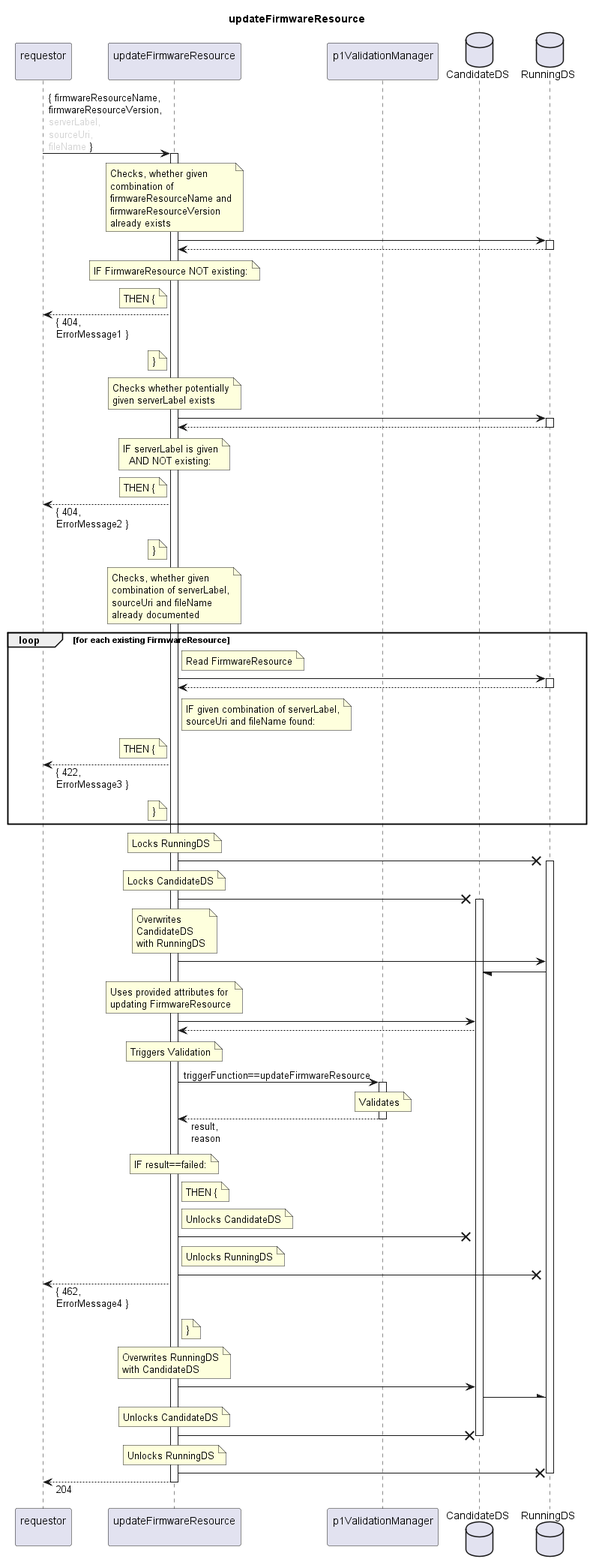
Earlier version of the PlantUML export spec/Services/updateFirmwareResource/1.0.0/updateFirmwareResource.png (openBackhaul/FirmWareManager).
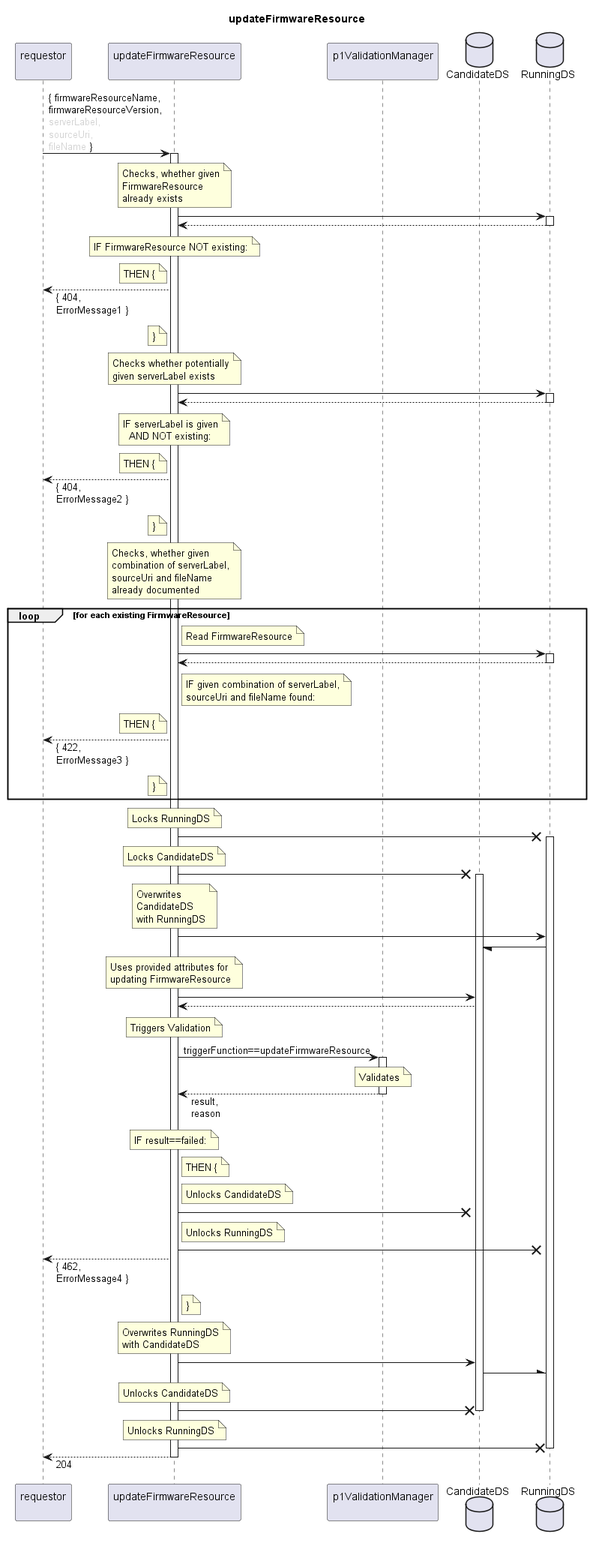
After the change.

The edit, as a diff of the source:
```diff
@@ -16,9 +16,7 @@
 
   note over indServ
     Checks, whether given
-    combination of
-    firmwareResourceName and
-    firmwareResourceVersion
+    FirmwareResource
     already exists
   end note
   indServ -> RunDS
```
